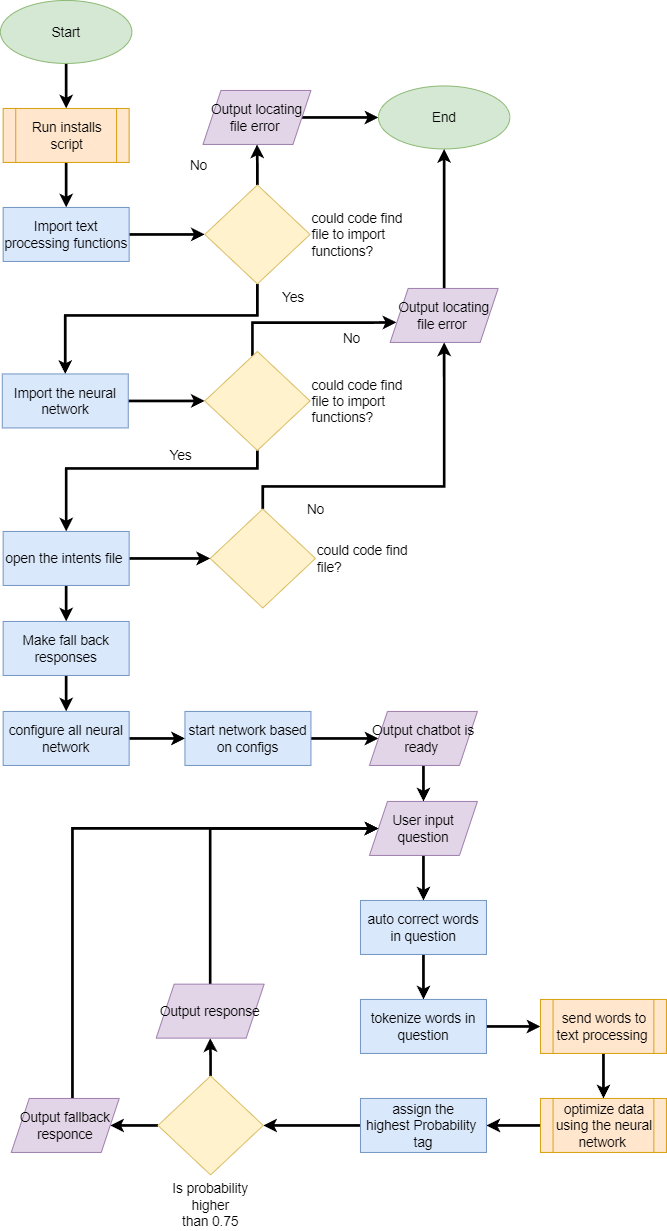
The draw.io diagram design docs/chatbot script flowchart.drawio.png in LilieStead/ElevateChatBot, before a commit. Source tidied: cells renumbered, new cells last; positions are measured from the earlier drawing's top-left corner, leaving out a move shared by most shapes.
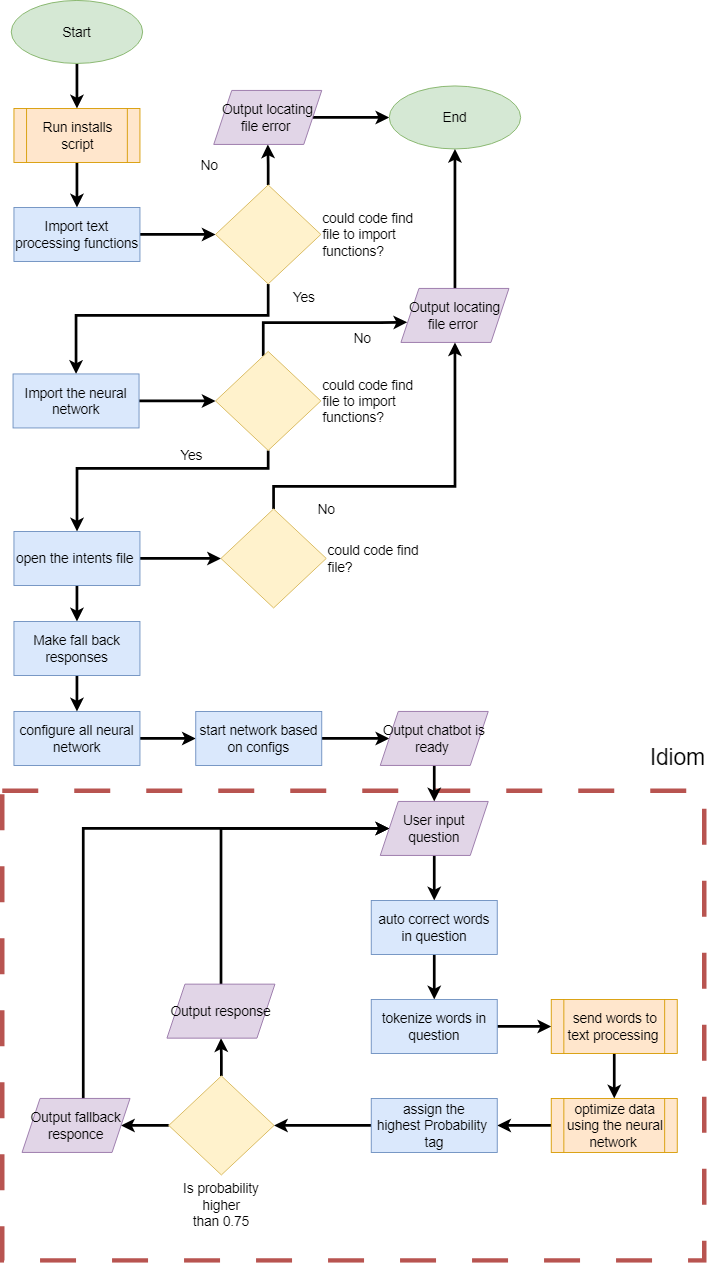
After the commit.

What changed in the source:
```diff
@@ -2,6 +2,9 @@
   <root>
     <mxCell id="0" />
     <mxCell id="1" parent="0" />
+    <mxCell id="58" style="rounded=0;whiteSpace=wrap;html=1;dashed=1;dashPattern=8 8;fillColor=none;strokeColor=#b85450;strokeWidth=5;perimeterSpacing=6;" parent="1" vertex="1">
+      <mxGeometry x="-10" y="878" width="780" height="522" as="geometry" />
+    </mxCell>
     <mxCell id="2" style="edgeStyle=orthogonalEdgeStyle;rounded=0;jettySize=auto;html=1;strokeWidth=3;" parent="1" edge="1" source="3" target="5">
       <mxGeometry relative="1" as="geometry" />
     </mxCell>
@@ -198,5 +201,8 @@
     <mxCell id="57" value="&lt;span style=&quot;font-size: 15px;&quot;&gt;Make fall back responses&lt;/span&gt;" style="rounded=0;whiteSpace=wrap;html=1;fillColor=#dae8fc;strokeColor=#6c8ebf;" parent="1" vertex="1">
       <mxGeometry x="3" y="690" width="140" height="60" as="geometry" />
     </mxCell>
+    <mxCell id="59" value="&lt;span style=&quot;text-align: start; white-space: pre-wrap;&quot;&gt;&lt;font style=&quot;font-size: 25px;&quot; face=&quot;Helvetica&quot;&gt;Idiom&lt;/font&gt;&lt;/span&gt;" style="text;html=1;align=center;verticalAlign=middle;strokeColor=none;fillColor=none;" parent="1" vertex="1">
+      <mxGeometry x="700" y="820" width="80" height="40" as="geometry" />
+    </mxCell>
   </root>
 </mxGraphModel>
```
